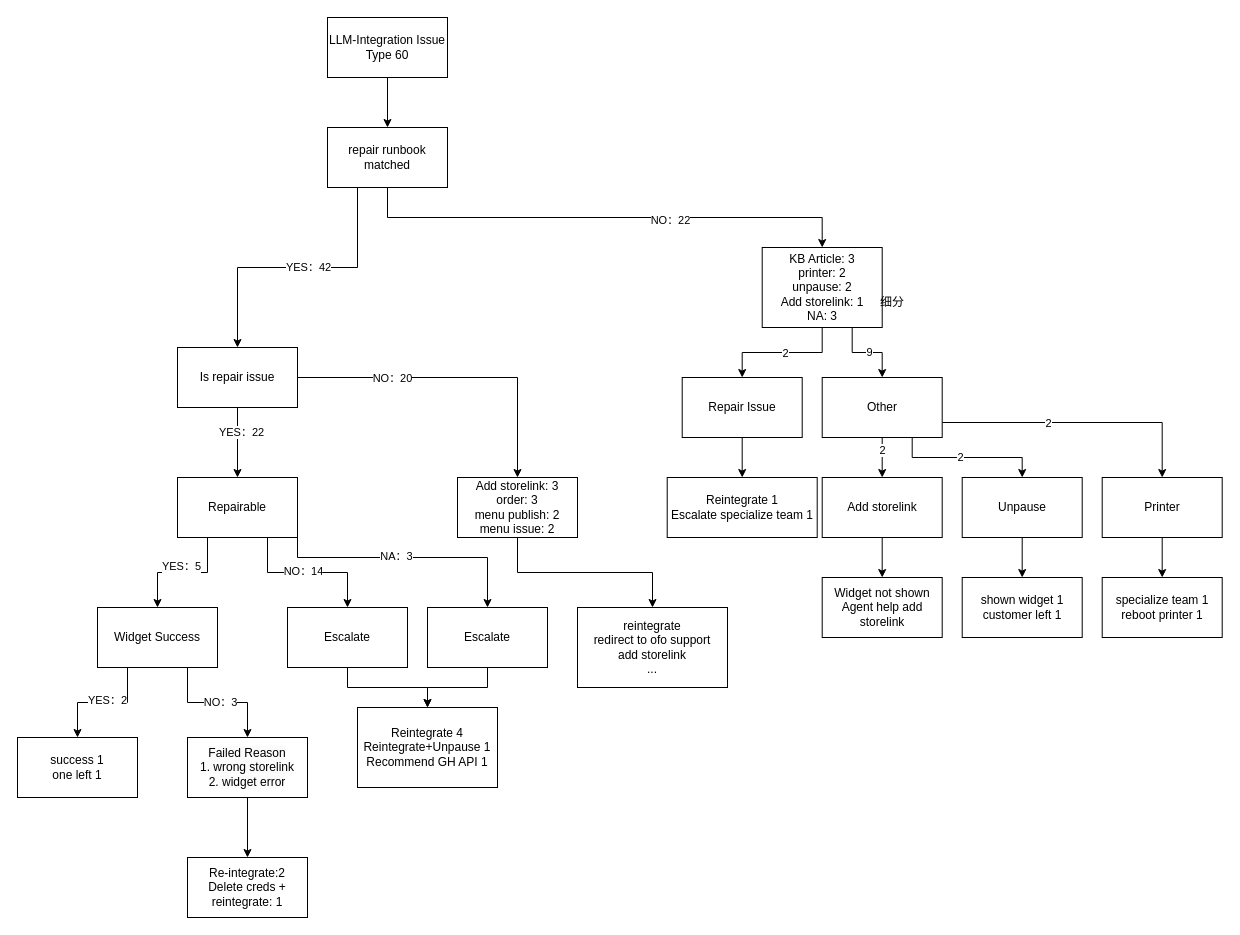
Before: Integration Issue Analyzation.drawio in evagle/awesome, a draw.io diagram. Source tidied: cells renumbered, new cells numbered last; positions are measured from the earlier drawing's top-left corner, leaving out a move shared by most shapes. Both pictures are drawn from the tidied source at 100%, with x=0, y=0 at pixel (17, 17).
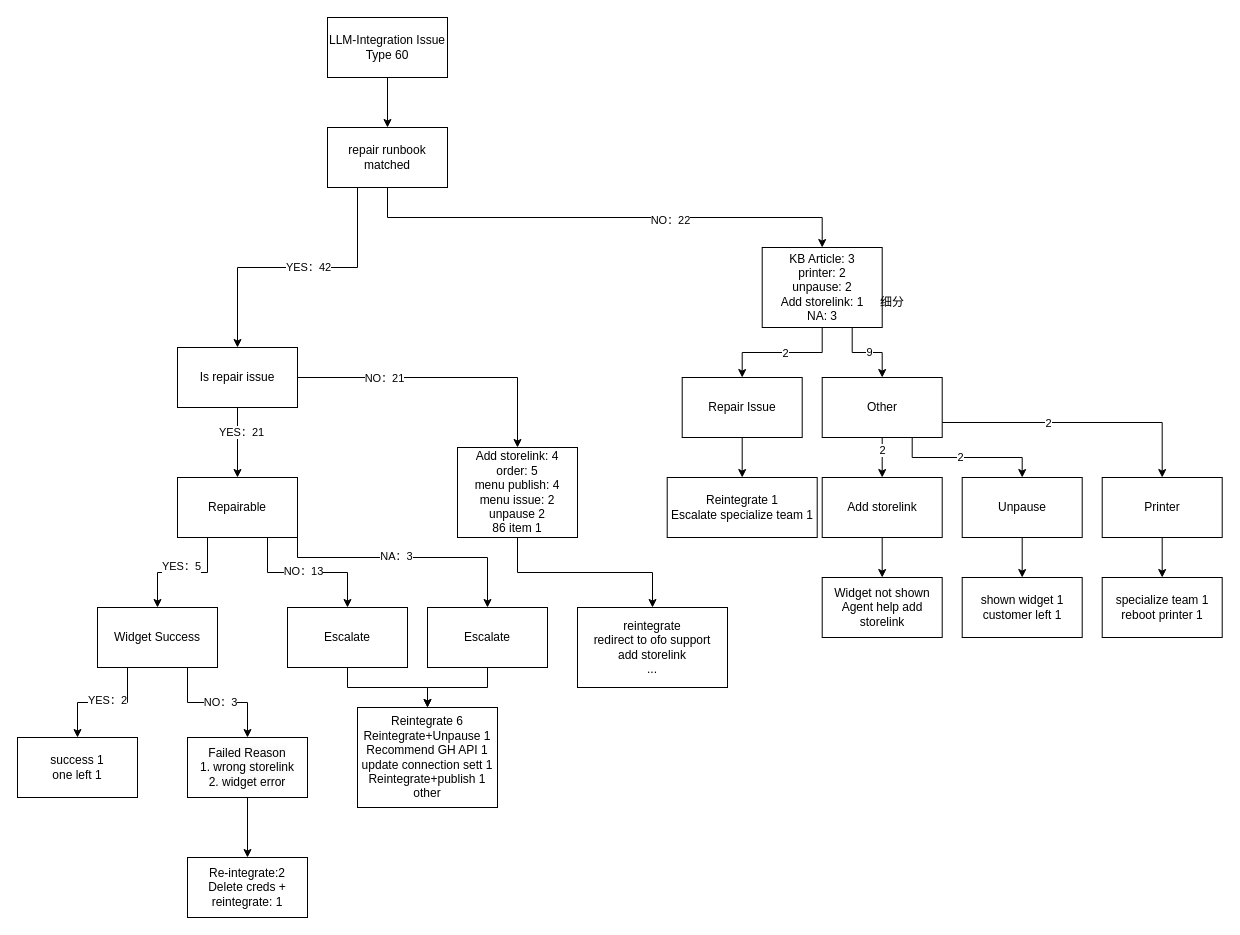
The same diagram, later.

Unchanged cells that the change refers to:
```xml
<mxCell id="11" style="edgeStyle=orthogonalEdgeStyle;rounded=0;jettySize=auto;html=1;exitX=0.75;exitY=1;exitDx=0;exitDy=0;entryX=0.5;entryY=0;entryDx=0;entryDy=0;" parent="1" edge="1" source="15" target="22">
  <mxGeometry relative="1" as="geometry" />
</mxCell>
<mxCell id="31" style="edgeStyle=orthogonalEdgeStyle;rounded=0;jettySize=auto;html=1;exitX=0.5;exitY=1;exitDx=0;exitDy=0;" parent="1" edge="1" source="35" target="15">
  <mxGeometry relative="1" as="geometry" />
</mxCell>
<mxCell id="33" style="edgeStyle=orthogonalEdgeStyle;rounded=0;jettySize=auto;html=1;exitX=1;exitY=0.5;exitDx=0;exitDy=0;" parent="1" edge="1" source="35" target="37">
  <mxGeometry relative="1" as="geometry" />
</mxCell>
```

Diff of the diagram source:
```diff
@@
-    <mxCell id="12" value="NO：14" style="edgeLabel;html=1;align=center;verticalAlign=middle;" parent="11" vertex="1">
+    <mxCell id="12" value="NO：13" style="edgeLabel;html=1;align=center;verticalAlign=middle;" parent="11" vertex="1">
       <mxGeometry x="-0.07" y="2" relative="1" as="geometry" />
     </mxCell>
@@
-    <mxCell id="32" value="YES：22" style="edgeLabel;html=1;align=center;verticalAlign=middle;" parent="31" vertex="1">
+    <mxCell id="32" value="YES：21" style="edgeLabel;html=1;align=center;verticalAlign=middle;" parent="31" vertex="1">
       <mxGeometry x="-0.31" y="3" relative="1" as="geometry" />
     </mxCell>
@@
-    <mxCell id="34" value="NO：20" style="edgeLabel;html=1;align=center;verticalAlign=middle;" parent="33" vertex="1">
+    <mxCell id="34" value="NO：21" style="edgeLabel;html=1;align=center;verticalAlign=middle;" parent="33" vertex="1">
       <mxGeometry x="-0.41" relative="1" as="geometry" />
     </mxCell>
@@
-    <mxCell id="37" value="Add storelink: 3&lt;br&gt;order: 3&lt;br&gt;menu publish: 2&lt;div&gt;menu issue: 2&lt;/div&gt;" style="whiteSpace=wrap;html=1;" parent="1" vertex="1">
-      <mxGeometry x="440" y="460" width="120" height="60" as="geometry" />
+    <mxCell id="37" value="Add storelink: 4&lt;br&gt;order: 5&lt;br&gt;menu publish: 4&lt;div&gt;menu issue: 2&lt;br&gt;unpause 2&lt;br&gt;86 item 1&lt;/div&gt;" style="whiteSpace=wrap;html=1;" parent="1" vertex="1">
+      <mxGeometry x="440" y="430" width="120" height="90" as="geometry" />
     </mxCell>
@@
-    <mxCell id="51" value="Reintegrate 4&lt;br&gt;Reintegrate+Unpause 1&lt;br&gt;Recommend GH API 1" style="whiteSpace=wrap;html=1;" parent="1" vertex="1">
-      <mxGeometry x="340" y="690" width="140" height="80" as="geometry" />
+    <mxCell id="51" value="Reintegrate 6&lt;br&gt;Reintegrate+Unpause 1&lt;br&gt;Recommend GH API 1&lt;br&gt;update connection sett 1&lt;br&gt;Reintegrate+publish 1&lt;br&gt;other" style="whiteSpace=wrap;html=1;" parent="1" vertex="1">
+      <mxGeometry x="340" y="690" width="140" height="100" as="geometry" />
     </mxCell>
```
